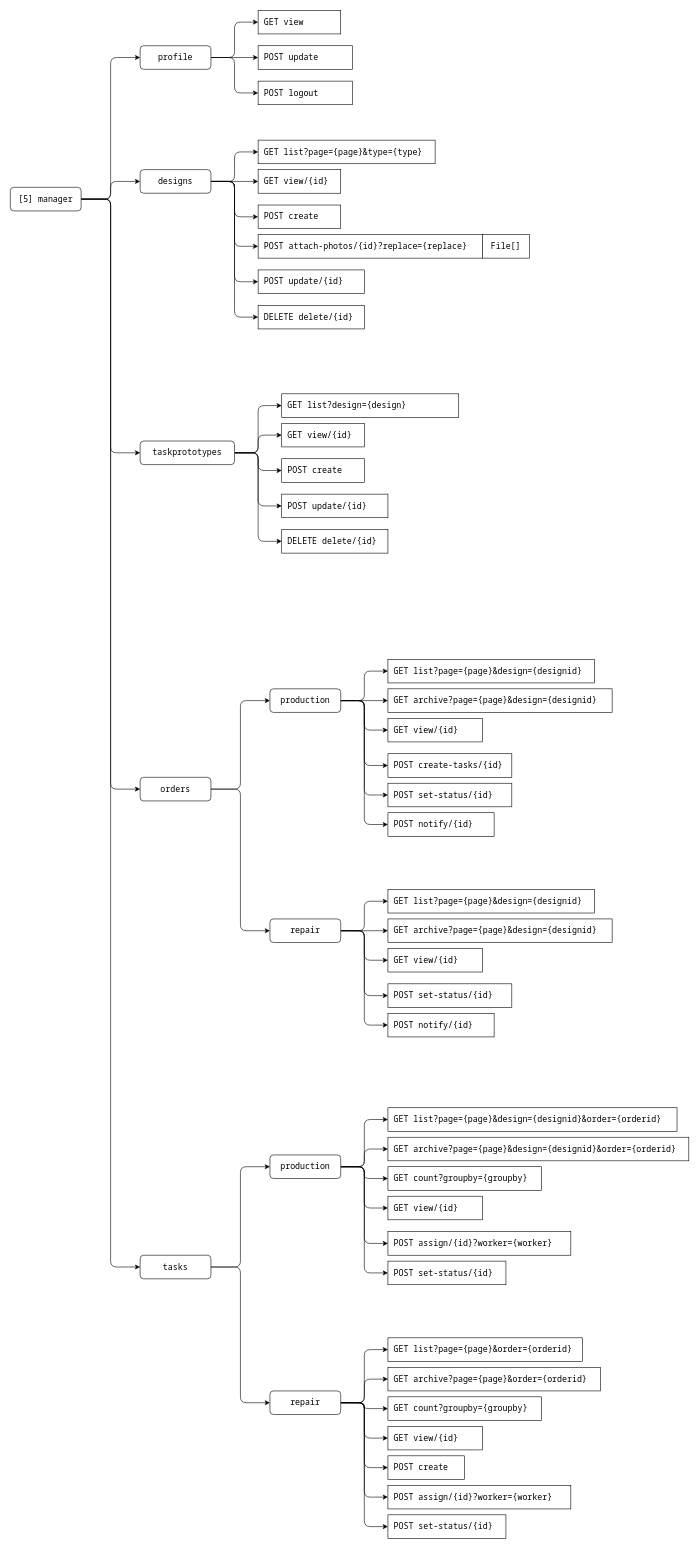
Earlier version of the draw.io diagram page "[5] manager" (6 of 7) of science/diagrams/webapi.drawio (dmitriynaumov1024/fwsh). Source tidied: cells renumbered, new cells numbered last; positions are measured from the earlier drawing's top-left corner, leaving out a move shared by most shapes. Both pictures are drawn from the tidied source at 59%, with x=0, y=0 at pixel (10, 10).
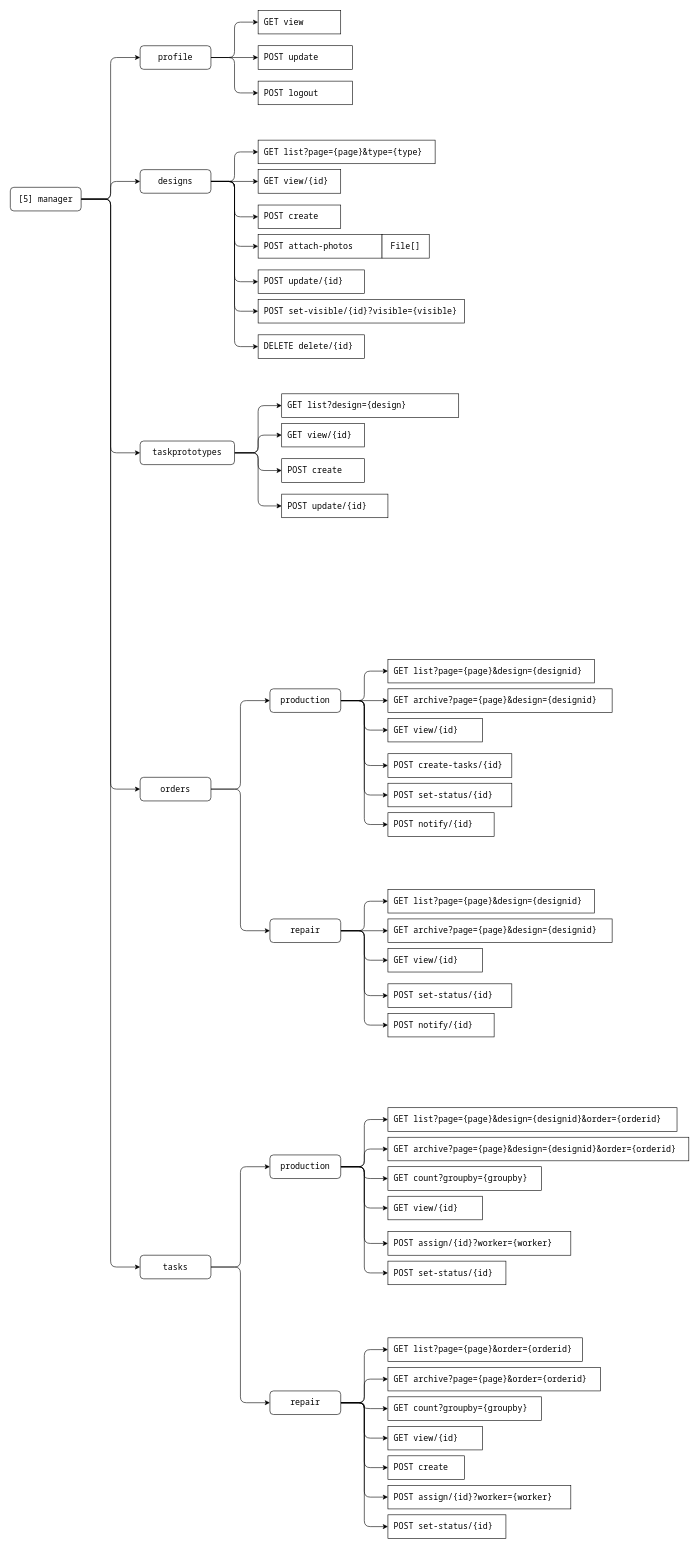
After the change.

Unchanged cells that the change refers to:
```xml
<mxCell id="46" value="designs" style="whiteSpace=wrap;html=1;rounded=1;fontFamily=Noto Sans Mono;fontSize=14;" parent="1" vertex="1">
  <mxGeometry x="220" y="270" width="120" height="40" as="geometry" />
</mxCell>
<mxCell id="87" value="taskprototypes" style="whiteSpace=wrap;html=1;rounded=1;fontFamily=Noto Sans Mono;fontSize=14;" parent="1" vertex="1">
  <mxGeometry x="220" y="730" width="160" height="40" as="geometry" />
</mxCell>
```

The edit, as a diff of the source:
```diff
@@
-    <mxCell id="51" value="POST attach-photos/{id}?replace={replace}" style="whiteSpace=wrap;html=1;rounded=0;fontFamily=Noto Sans Mono;fontSize=14;strokeColor=default;align=left;spacingLeft=8;" parent="1" vertex="1">
-      <mxGeometry x="420" y="380" width="380" height="40" as="geometry" />
+    <mxCell id="51" value="POST attach-photos" style="whiteSpace=wrap;html=1;rounded=0;fontFamily=Noto Sans Mono;fontSize=14;strokeColor=default;align=left;spacingLeft=8;" parent="1" vertex="1">
+      <mxGeometry x="420" y="380" width="210" height="40" as="geometry" />
     </mxCell>
@@
     <mxCell id="53" value="DELETE delete/{id}" style="whiteSpace=wrap;html=1;rounded=0;fontFamily=Noto Sans Mono;fontSize=14;strokeColor=default;align=left;spacingLeft=8;" parent="1" vertex="1">
-      <mxGeometry x="420" y="500" width="180" height="40" as="geometry" />
+      <mxGeometry x="420" y="550" width="180" height="40" as="geometry" />
     </mxCell>
@@
-    <mxCell id="86" style="edgeStyle=orthogonalEdgeStyle;rounded=1;jettySize=auto;html=1;exitX=1;exitY=0.5;exitDx=0;exitDy=0;entryX=0;entryY=0.5;entryDx=0;entryDy=0;fontFamily=Noto Sans Mono;fontSize=14;" parent="1" edge="1" source="87" target="92">
-      <mxGeometry relative="1" as="geometry" />
-    </mxCell>
@@
     <mxCell id="91" value="File[]" style="rounded=0;whiteSpace=wrap;html=1;fontFamily=Noto Sans Mono;fontSize=14;" parent="1" vertex="1">
-      <mxGeometry x="800" y="380" width="80" height="40" as="geometry" />
+      <mxGeometry x="630" y="380" width="80" height="40" as="geometry" />
     </mxCell>
-    <mxCell id="92" value="DELETE delete/{id}" style="whiteSpace=wrap;html=1;rounded=0;fontFamily=Noto Sans Mono;fontSize=14;strokeColor=default;align=left;spacingLeft=8;" parent="1" vertex="1">
-      <mxGeometry x="460" y="880" width="180" height="40" as="geometry" />
-    </mxCell>
@@
+    <mxCell id="98" value="POST set-visible/{id}?visible={visible}" style="whiteSpace=wrap;html=1;rounded=0;fontFamily=Noto Sans Mono;fontSize=14;strokeColor=default;align=left;spacingLeft=8;" parent="1" vertex="1">
+      <mxGeometry x="420" y="490" width="350" height="40" as="geometry" />
+    </mxCell>
+    <mxCell id="99" style="edgeStyle=orthogonalEdgeStyle;rounded=1;jettySize=auto;html=1;exitX=1;exitY=0.5;exitDx=0;exitDy=0;entryX=0;entryY=0.5;entryDx=0;entryDy=0;" parent="1" edge="1" source="46" target="98">
+      <mxGeometry relative="1" as="geometry" />
+    </mxCell>
```
